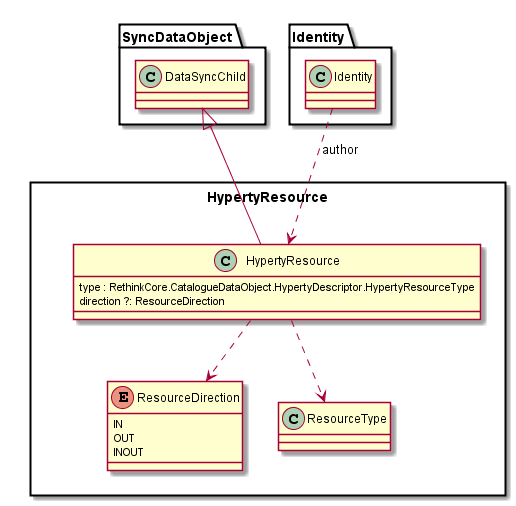
Earlier version of the PlantUML export docs/datamodel/data-objects/communication/Hyperty-Resource-Data-Object-Model.png (reTHINK-project/dev-service-framework).
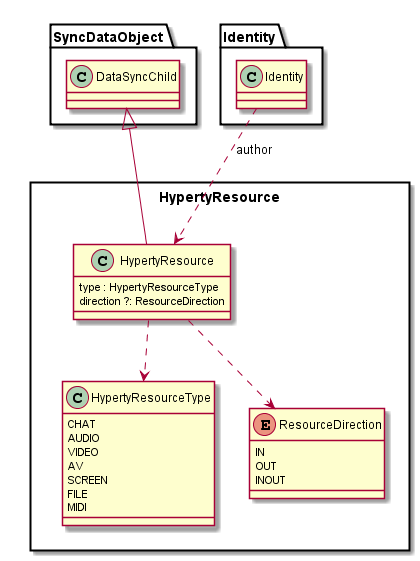
Later version of the same file.

Diff of the diagram source:
```diff
@@ -3,10 +3,19 @@
 package HypertyResource <<Rect>> {
 
 	class HypertyResource {
-		type : RethinkCore.CatalogueDataObject.HypertyDescriptor.HypertyResourceType
+		type : HypertyResourceType
 		direction ?: ResourceDirection
 	}
 
+	class HypertyResourceType {
+		CHAT
+		AUDIO
+		VIDEO
+		AV
+		SCREEN
+		FILE
+		MIDI
+	}
 
 	enum ResourceDirection {
 		IN
@@ -15,7 +24,7 @@
 	}
 
 	HypertyResource -up-|> SyncDataObject.DataSyncChild
-	HypertyResource ..> ResourceType
+	HypertyResource ..> HypertyResourceType
 	HypertyResource ..> ResourceDirection
 	Identity.Identity ..> HypertyResource: author
 }
```
